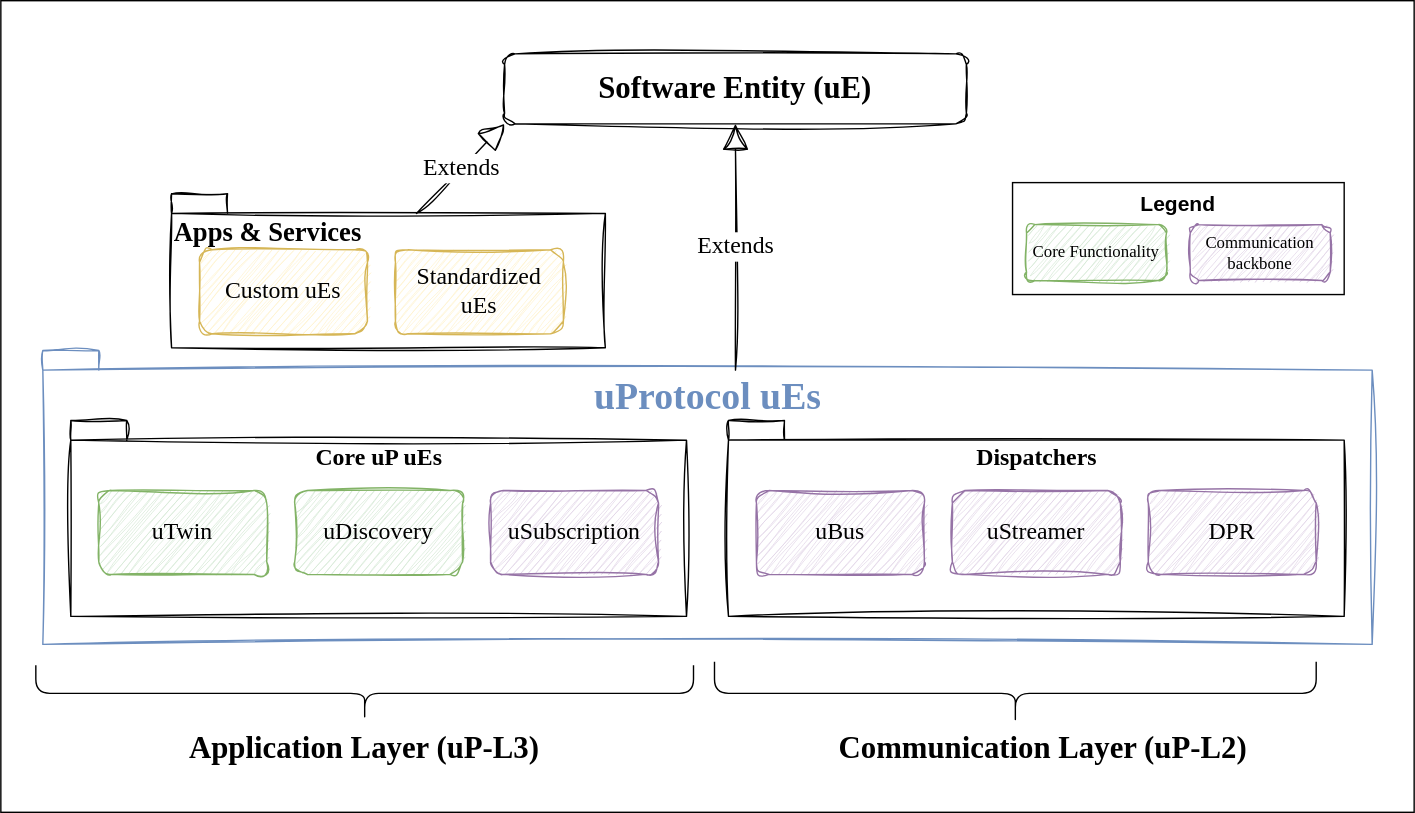
Earlier version of the draw.io export ues.drawio.svg (eclipse-uprotocol/up-spec). Source tidied: cells renumbered, new cells last; positions are measured from the earlier drawing's top-left corner, leaving out a move shared by most shapes.
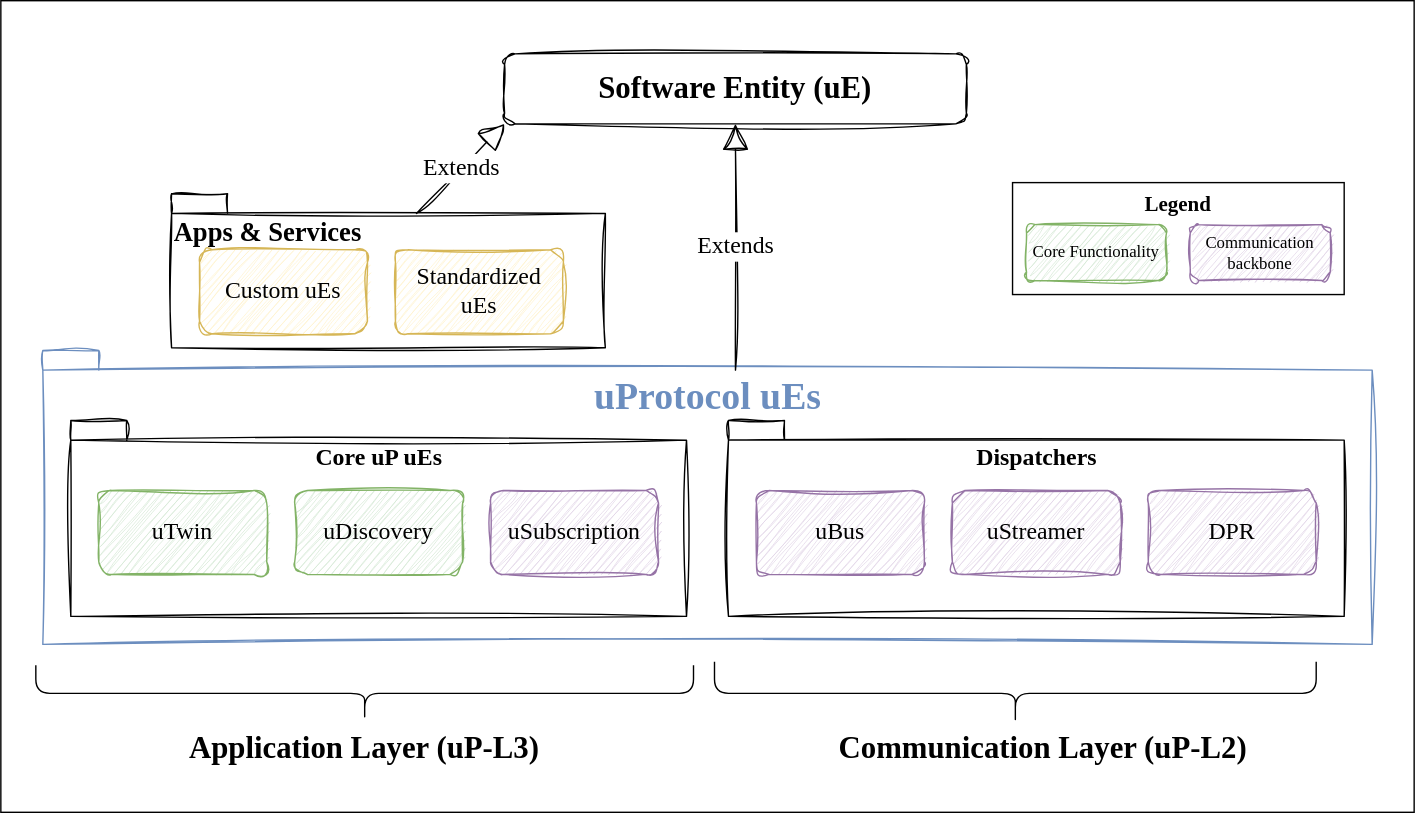
The same file after the commit.

Commit message:
fix font and embed remote images

What changed in the source:
```diff
@@ -62,7 +62,7 @@
     <mxCell id="21" value="Communication Layer (uP-L2)" style="text;html=1;strokeColor=none;fillColor=none;align=center;verticalAlign=middle;whiteSpace=wrap;rounded=0;fontSize=22;fontFamily=Architects Daughter;fontStyle=1;" parent="1" vertex="1">
       <mxGeometry x="590" y="520" width="310" height="30" as="geometry" />
     </mxCell>
-    <mxCell id="22" value="Legend" style="rounded=0;whiteSpace=wrap;html=1;sketch=0;hachureGap=4;jiggle=2;curveFitting=1;fontFamily=Helvetica;fontSize=15;fontStyle=1;verticalAlign=top;" parent="1" vertex="1">
+    <mxCell id="22" value="Legend" style="rounded=0;whiteSpace=wrap;html=1;sketch=0;hachureGap=4;jiggle=2;curveFitting=1;fontFamily=Architects Daughter;fontSource=https%3A%2F%2Ffonts.googleapis.com%2Fcss%3Ffamily%3DArchitects%2BDaughter;fontSize=15;fontStyle=1;verticalAlign=top;" parent="1" vertex="1">
       <mxGeometry x="723" y="130" width="237" height="80" as="geometry" />
     </mxCell>
     <mxCell id="23" value="Core Functionality" style="rounded=1;whiteSpace=wrap;html=1;sketch=1;hachureGap=4;jiggle=2;curveFitting=1;fontFamily=Architects Daughter;fontSource=https%3A%2F%2Ffonts.googleapis.com%2Fcss%3Ffamily%3DArchitects%2BDaughter;fontSize=12;fillColor=#d5e8d4;strokeColor=#82b366;" parent="1" vertex="1">
```
